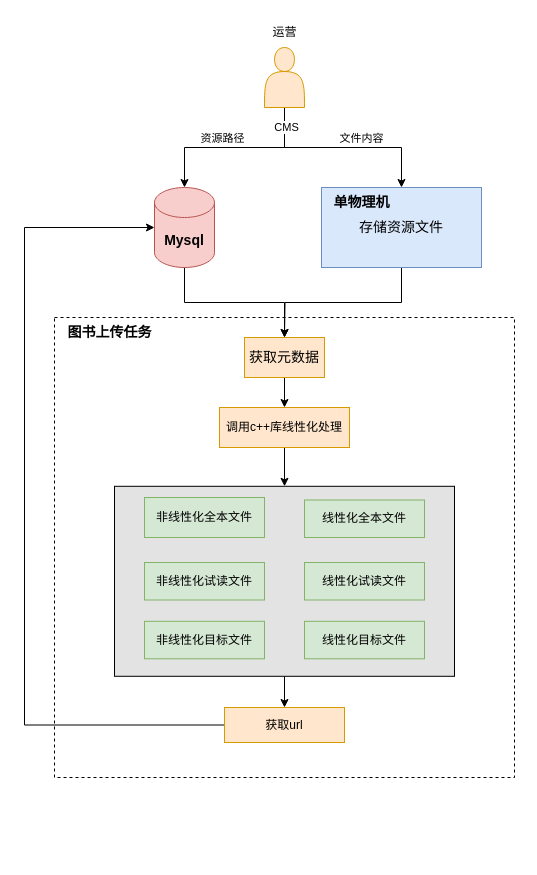
The draw.io diagram 图书上传任务流程.drawio in Floweryu/my-diagrams, before the edit. Source tidied: cells renumbered, new cells numbered last; positions are measured from the earlier drawing's top-left corner, leaving out a move shared by most shapes. Both pictures are drawn from the tidied source at 100%, with x=0, y=0 at pixel (24, 17).
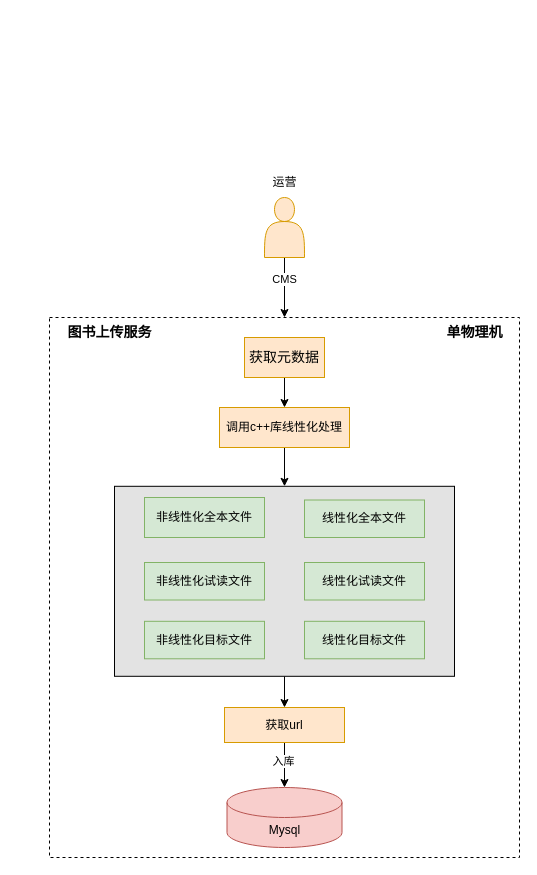
The same page after the edit.

Commit message:
更新图书上传任务流程.drawio

Unchanged cells that the change refers to:
```xml
<mxCell id="6" value="&lt;font style=&quot;font-size: 14px;&quot;&gt;获取元数据&lt;/font&gt;" style="rounded=0;whiteSpace=wrap;html=1;fillColor=#ffe6cc;strokeColor=#d79b00;" parent="1" vertex="1">
  <mxGeometry x="220" y="320" width="80" height="40" as="geometry" />
</mxCell>
<mxCell id="16" value="获取url" style="rounded=0;whiteSpace=wrap;html=1;fillColor=#ffe6cc;strokeColor=#d79b00;" parent="1" vertex="1">
  <mxGeometry x="200" y="690" width="120" height="35" as="geometry" />
</mxCell>
```

The edit, as a diff of the source:
```diff
@@
     <mxCell id="2" style="rounded=0;whiteSpace=wrap;html=1;dashed=1;" parent="1" vertex="1">
-      <mxGeometry x="30" y="300" width="460" height="460" as="geometry" />
+      <mxGeometry x="25" y="300" width="470" height="540" as="geometry" />
     </mxCell>
@@
-    <mxCell id="15" style="edgeStyle=orthogonalEdgeStyle;rounded=0;jettySize=auto;html=1;exitX=0;exitY=0.5;exitDx=0;exitDy=0;entryX=0;entryY=0.5;entryDx=0;entryDy=0;entryPerimeter=0;" parent="1" edge="1" source="16" target="20">
-      <mxGeometry relative="1" as="geometry">
-        <Array as="points">
-          <mxPoint y="708" />
-          <mxPoint y="210" />
-        </Array>
-      </mxGeometry>
+    <mxCell id="15" style="edgeStyle=orthogonalEdgeStyle;rounded=0;jettySize=auto;html=1;exitX=0.5;exitY=1;exitDx=0;exitDy=0;entryX=0.5;entryY=0;entryDx=0;entryDy=0;entryPerimeter=0;" parent="1" edge="1" source="16" target="20">
+      <mxGeometry relative="1" as="geometry" />
     </mxCell>
+    <mxCell id="30" value="入库" style="edgeLabel;html=1;align=center;verticalAlign=middle;" parent="15" vertex="1">
+      <mxGeometry x="-0.2" y="-2" relative="1" as="geometry" />
+    </mxCell>
@@
-    <mxCell id="17" value="&lt;b&gt;&lt;font style=&quot;font-size: 14px;&quot;&gt;图书上传任务&lt;/font&gt;&lt;/b&gt;" style="text;html=1;align=center;verticalAlign=middle;strokeColor=none;fillColor=none;" parent="1" vertex="1">
+    <mxCell id="17" value="&lt;b&gt;&lt;font style=&quot;font-size: 14px;&quot;&gt;图书上传服务&lt;/font&gt;&lt;/b&gt;" style="text;html=1;align=center;verticalAlign=middle;strokeColor=none;fillColor=none;" parent="1" vertex="1">
       <mxGeometry x="30" y="300" width="110" height="30" as="geometry" />
     </mxCell>
     <mxCell id="18" value="运营" style="text;html=1;align=center;verticalAlign=middle;strokeColor=none;fillColor=none;" parent="1" vertex="1">
-      <mxGeometry x="235" width="50" height="30" as="geometry" />
+      <mxGeometry x="235" y="150" width="50" height="30" as="geometry" />
     </mxCell>
-    <mxCell id="19" style="edgeStyle=orthogonalEdgeStyle;rounded=0;jettySize=auto;html=1;exitX=0.5;exitY=1;exitDx=0;exitDy=0;exitPerimeter=0;entryX=0.5;entryY=0;entryDx=0;entryDy=0;" parent="1" edge="1" source="20" target="6">
-      <mxGeometry relative="1" as="geometry" />
-    </mxCell>
+    <mxCell id="31" style="edgeStyle=orthogonalEdgeStyle;rounded=0;jettySize=auto;html=1;exitX=0.5;exitY=1;exitDx=0;exitDy=0;entryX=0.5;entryY=0;entryDx=0;entryDy=0;" parent="1" edge="1" source="26" target="2">
+      <mxGeometry relative="1" as="geometry" />
+    </mxCell>
+    <mxCell id="24" value="CMS" style="edgeLabel;html=1;align=center;verticalAlign=middle;" parent="31" vertex="1">
+      <mxGeometry x="-0.3" y="-1" relative="1" as="geometry" />
+    </mxCell>
+    <mxCell id="26" style="shape=actor;whiteSpace=wrap;html=1;fillColor=#ffe6cc;strokeColor=#d79b00;" parent="1" vertex="1">
+      <mxGeometry x="240" y="180" width="40" height="60" as="geometry" />
+    </mxCell>
+    <mxCell id="29" value="&lt;font style=&quot;font-size: 14px;&quot;&gt;&lt;b&gt;单物理机&lt;/b&gt;&lt;/font&gt;" style="text;html=1;align=center;verticalAlign=middle;strokeColor=none;fillColor=none;" parent="1" vertex="1">
+      <mxGeometry x="410" y="300" width="80" height="30" as="geometry" />
+    </mxCell>
-    <mxCell id="20" value="&lt;font style=&quot;font-size: 14px;&quot;&gt;&lt;b&gt;Mysql&lt;/b&gt;&lt;/font&gt;" style="shape=cylinder3;whiteSpace=wrap;html=1;boundedLbl=1;backgroundOutline=1;size=15;fillColor=#f8cecc;strokeColor=#b85450;" parent="1" vertex="1">
-      <mxGeometry x="130" y="170" width="60" height="80" as="geometry" />
+    <mxCell id="20" value="Mysql" style="shape=cylinder3;whiteSpace=wrap;html=1;boundedLbl=1;backgroundOutline=1;size=15;fillColor=#f8cecc;strokeColor=#b85450;" parent="1" vertex="1">
+      <mxGeometry x="202.5" y="770" width="115" height="60" as="geometry" />
     </mxCell>
-    <mxCell id="21" style="edgeStyle=orthogonalEdgeStyle;rounded=0;jettySize=auto;html=1;exitX=0.5;exitY=1;exitDx=0;exitDy=0;" parent="1" edge="1" source="26" target="28">
-      <mxGeometry relative="1" as="geometry" />
-    </mxCell>
-    <mxCell id="22" value="文件内容" style="edgeLabel;html=1;align=center;verticalAlign=middle;" parent="21" vertex="1">
-      <mxGeometry x="0.18" y="-2" relative="1" as="geometry">
-        <mxPoint y="-12" as="offset" />
-      </mxGeometry>
-    </mxCell>
-    <mxCell id="23" style="edgeStyle=orthogonalEdgeStyle;rounded=0;jettySize=auto;html=1;exitX=0.5;exitY=1;exitDx=0;exitDy=0;" parent="1" edge="1" source="26" target="20">
-      <mxGeometry relative="1" as="geometry" />
-    </mxCell>
-    <mxCell id="24" value="CMS" style="edgeLabel;html=1;align=center;verticalAlign=middle;" parent="23" vertex="1">
-      <mxGeometry x="-0.79" y="1" relative="1" as="geometry" />
-    </mxCell>
-    <mxCell id="25" value="资源路径" style="edgeLabel;html=1;align=center;verticalAlign=middle;" parent="23" vertex="1">
-      <mxGeometry x="0.14" y="1" relative="1" as="geometry">
-        <mxPoint y="-11" as="offset" />
-      </mxGeometry>
-    </mxCell>
-    <mxCell id="26" style="shape=actor;whiteSpace=wrap;html=1;fillColor=#ffe6cc;strokeColor=#d79b00;" parent="1" vertex="1">
-      <mxGeometry x="240" y="30" width="40" height="60" as="geometry" />
-    </mxCell>
-    <mxCell id="27" style="edgeStyle=orthogonalEdgeStyle;rounded=0;jettySize=auto;html=1;exitX=0.5;exitY=1;exitDx=0;exitDy=0;" parent="1" edge="1" source="28">
-      <mxGeometry relative="1" as="geometry">
-        <mxPoint x="260" y="320" as="targetPoint" />
-      </mxGeometry>
-    </mxCell>
-    <mxCell id="28" value="&lt;font style=&quot;font-size: 14px;&quot;&gt;存储资源文件&lt;/font&gt;" style="rounded=0;whiteSpace=wrap;html=1;fillColor=#dae8fc;strokeColor=#6c8ebf;" parent="1" vertex="1">
-      <mxGeometry x="297" y="170" width="160" height="80" as="geometry" />
-    </mxCell>
-    <mxCell id="29" value="&lt;font style=&quot;font-size: 14px;&quot;&gt;&lt;b&gt;单物理机&lt;/b&gt;&lt;/font&gt;" style="text;html=1;align=center;verticalAlign=middle;strokeColor=none;fillColor=none;" parent="1" vertex="1">
-      <mxGeometry x="297" y="170" width="80" height="30" as="geometry" />
-    </mxCell>
```
